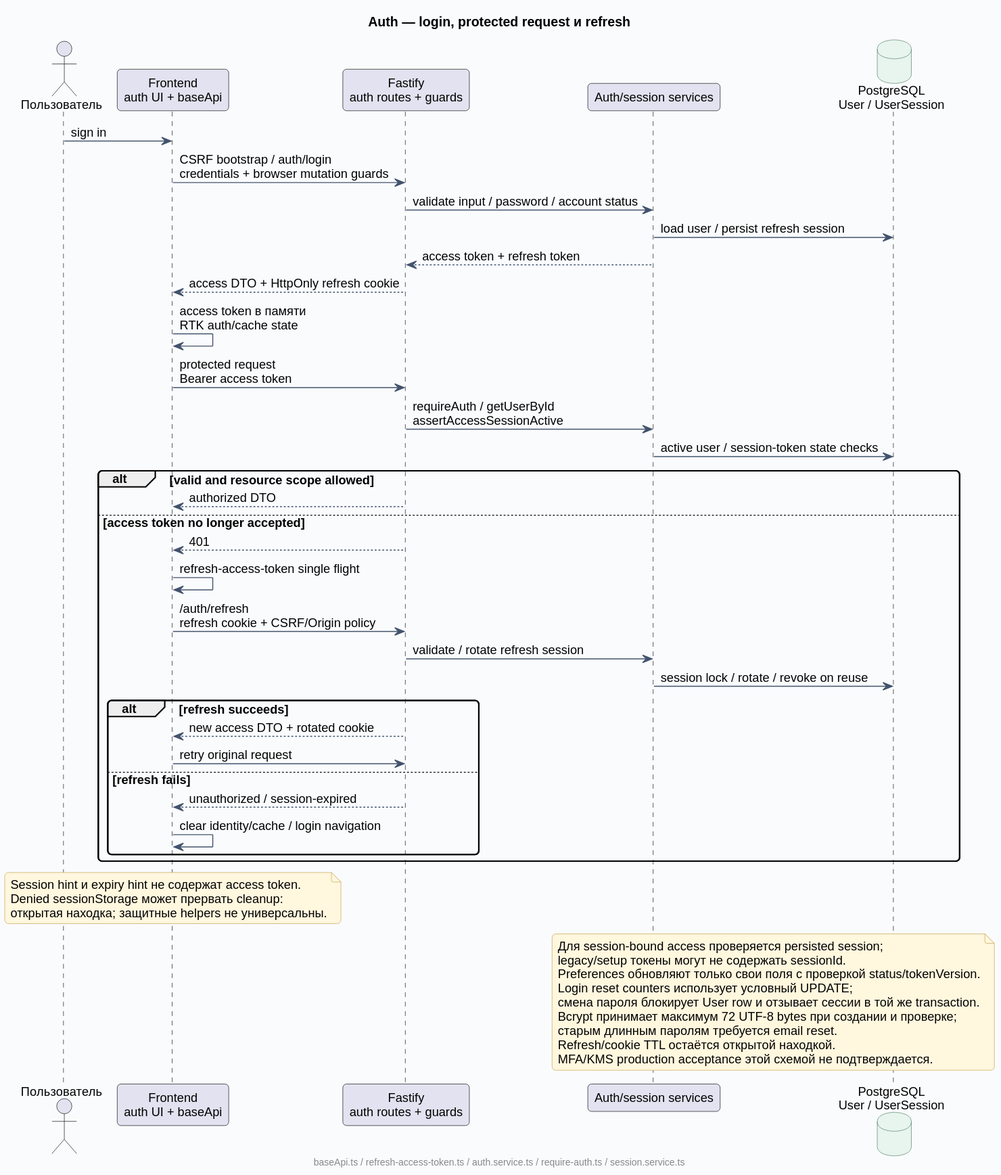
Above: docs/diagrams/rendered/07-auth-session.svg in Dima163163/auto-care-hub (PlantUML), before the change.
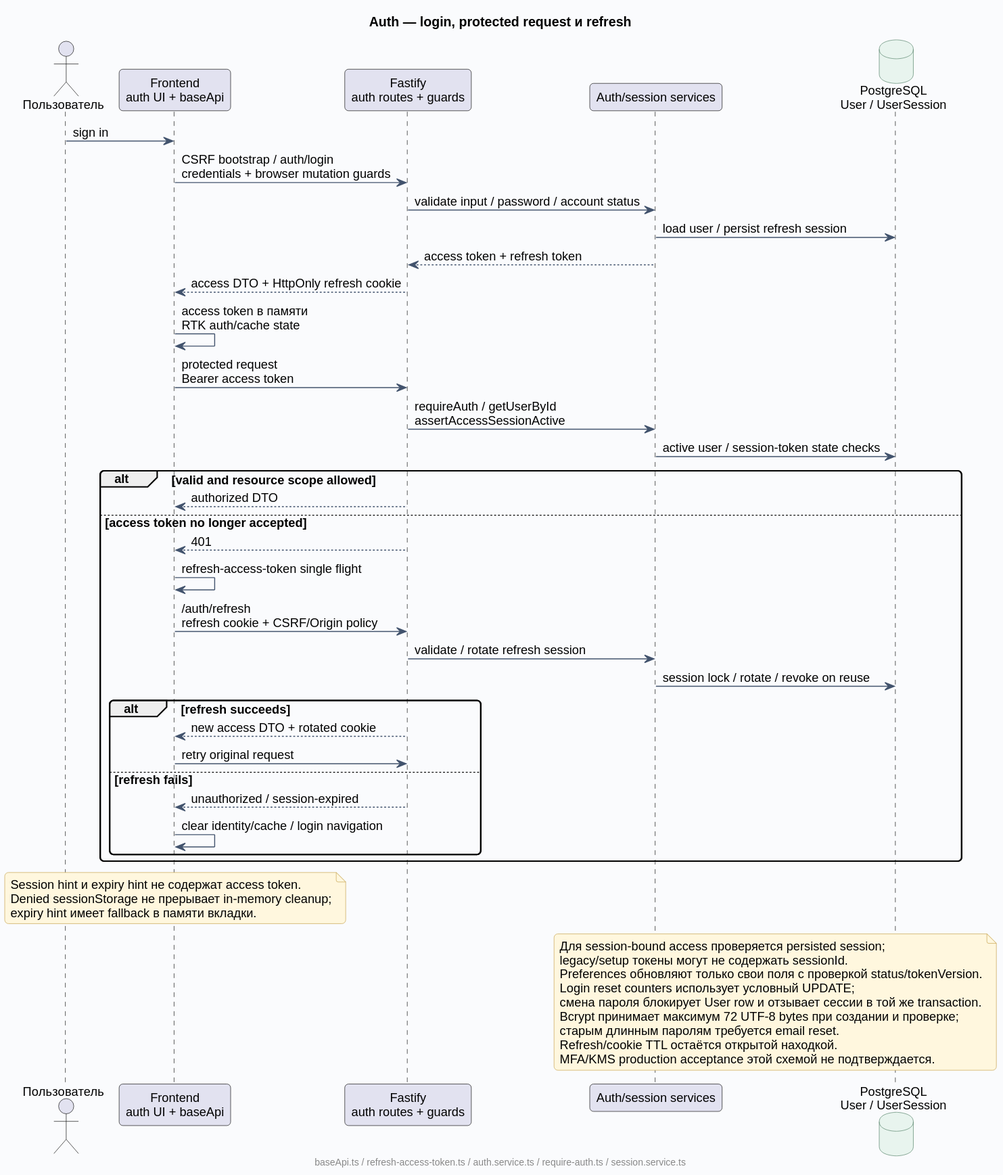
Later version of the same file.

Commit message:
fix(auth): keep cleanup working when session storage is denied

Change to the diagram source:
```diff
@@ -34,8 +34,8 @@
 end
 note over Front
   Session hint и expiry hint не содержат access token.
-  Denied sessionStorage может прервать cleanup:
-  открытая находка; защитные helpers не универсальны.
+  Denied sessionStorage не прерывает in-memory cleanup;
+  expiry hint имеет fallback в памяти вкладки.
 end note
 note over Auth, PG
   Для session-bound access проверяется persisted session;
```
